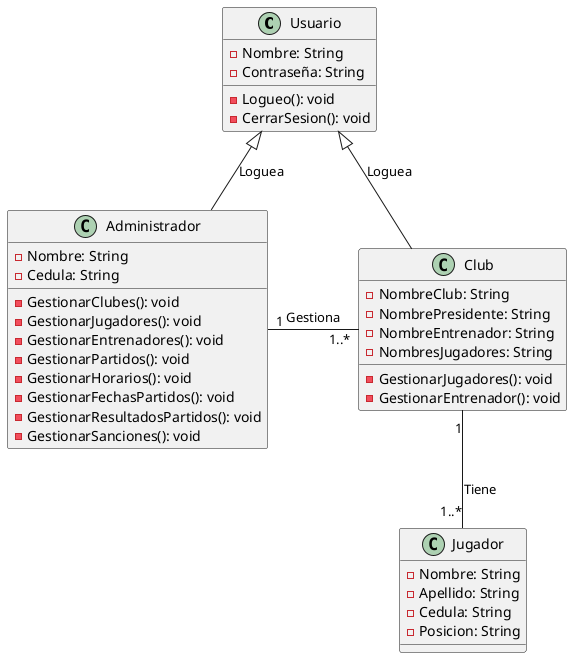
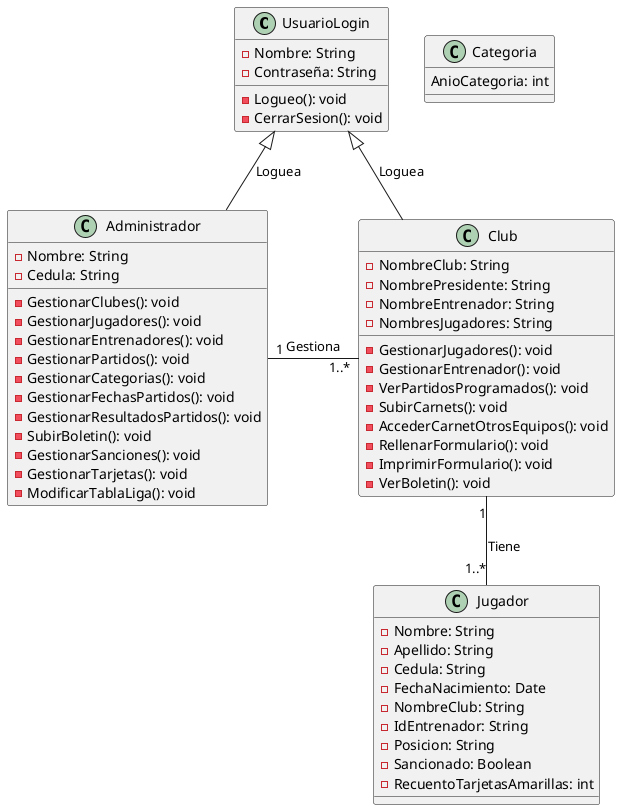
@startuml Final

- class Usuario {
+ class UsuarioLogin {
    -Nombre: String
    -Contraseña: String

    -Logueo(): void
    -CerrarSesion(): void

}

class Administrador {
    -Nombre: String
    -Cedula: String

    -GestionarClubes(): void
    -GestionarJugadores(): void
    -GestionarEntrenadores(): void
    -GestionarPartidos(): void
-     -GestionarHorarios(): void
+     -GestionarCategorias(): void
    -GestionarFechasPartidos(): void
    -GestionarResultadosPartidos(): void
+     -SubirBoletin(): void
    -GestionarSanciones(): void
- 
+     -GestionarTarjetas(): void
+     -ModificarTablaLiga(): void
}

class Club {
    -NombreClub: String
    -NombrePresidente: String
    -NombreEntrenador: String
    -NombresJugadores: String

    -GestionarJugadores(): void
    -GestionarEntrenador(): void
- 
- 
+     -VerPartidosProgramados(): void
+     -SubirCarnets(): void
+     -AccederCarnetOtrosEquipos(): void
+     -RellenarFormulario(): void
+     -ImprimirFormulario(): void
+     -VerBoletin(): void
}

class Jugador {
    -Nombre: String
    -Apellido: String
    -Cedula: String
+     -FechaNacimiento: Date
+     -NombreClub: String
+     -IdEntrenador: String
    -Posicion: String
+     -Sancionado: Boolean
+     -RecuentoTarjetasAmarillas: int
+ }

+ class Categoria {
+     AnioCategoria: int
}
- Usuario <|-- Administrador: Loguea
- Usuario <|-- Club: Loguea
+ 
+ UsuarioLogin <|-- Administrador: Loguea
+ UsuarioLogin <|-- Club: Loguea
Administrador "1" -right- "1..*" Club: Gestiona
Club "1" -down- "1..*" Jugador: Tiene

@enduml